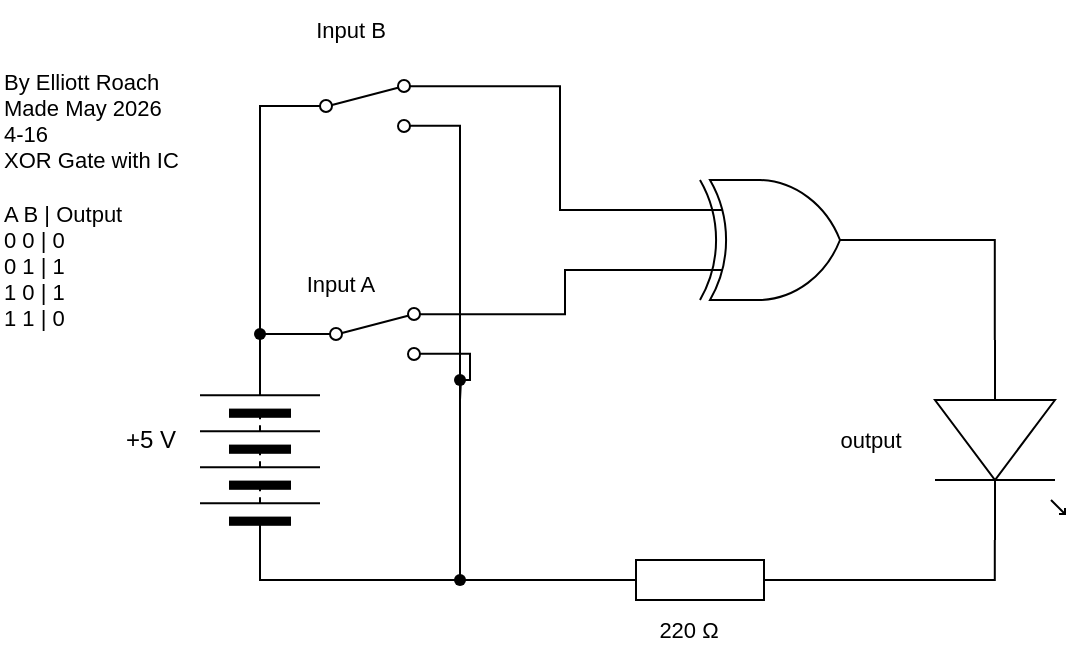
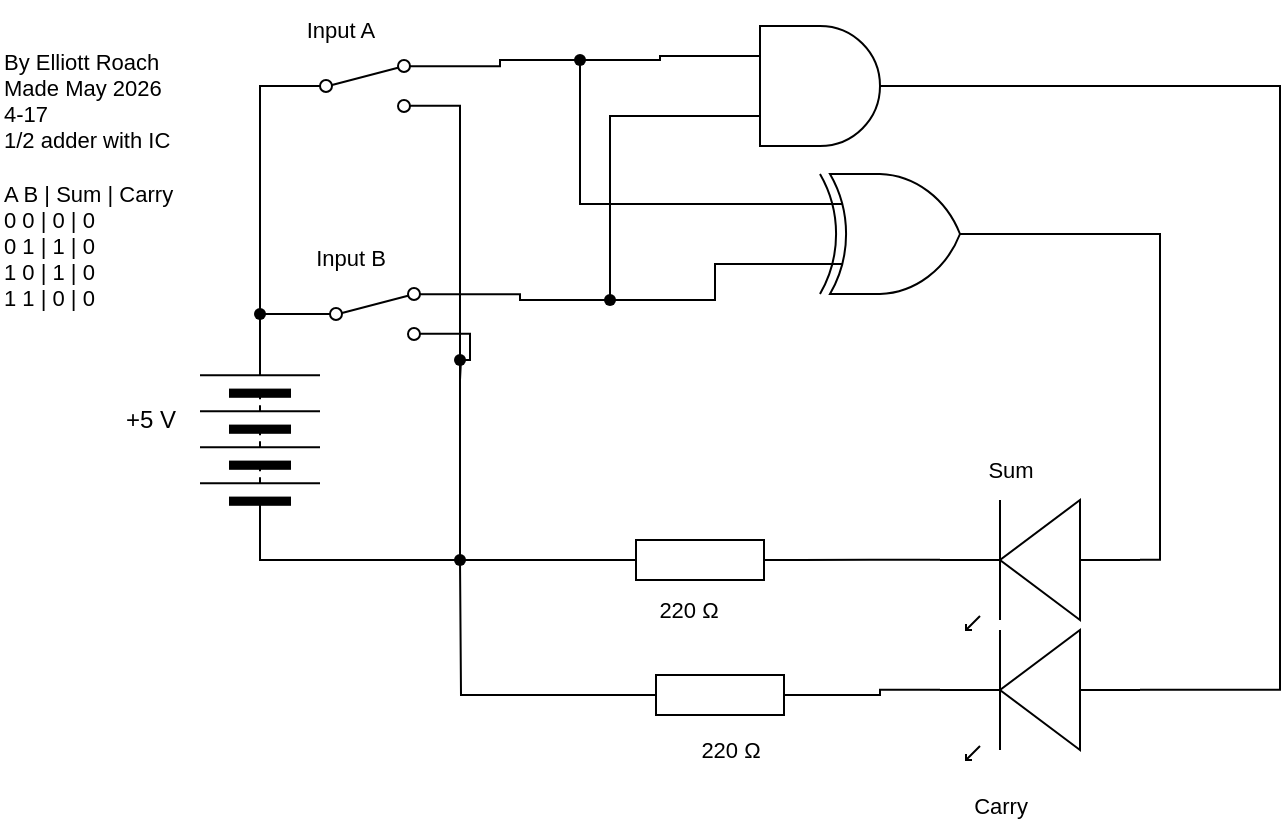
<mxfile host="65bd71144e">
    <diagram id="oby_NsngL4bM8tBB5w6z" name="Page-1">
        <mxGraphModel dx="484" dy="1462" grid="1" gridSize="10" guides="1" tooltips="1" connect="1" arrows="1" fold="1" page="1" pageScale="1" pageWidth="850" pageHeight="1100" math="0" shadow="0">
            <root>
                <mxCell id="0"/>
                <mxCell id="1" parent="0"/>
                <mxCell id="3" value="" style="pointerEvents=1;verticalLabelPosition=bottom;shadow=0;dashed=0;align=center;html=1;verticalAlign=top;shape=mxgraph.electrical.resistors.resistor_1;rotation=0;" parent="1" vertex="1">
                    <mxGeometry x="430" y="110" width="100" height="20" as="geometry"/>
                </mxCell>
-                 <mxCell id="4" value="" style="verticalLabelPosition=bottom;shadow=0;dashed=0;align=center;html=1;verticalAlign=top;shape=mxgraph.electrical.opto_electronics.led_1;pointerEvents=1;rotation=90;" parent="1" vertex="1">
-                     <mxGeometry x="580" y="17.5" width="100" height="65" as="geometry"/>
+                 <mxCell id="4" value="" style="verticalLabelPosition=bottom;shadow=0;dashed=0;align=center;html=1;verticalAlign=top;shape=mxgraph.electrical.opto_electronics.led_1;pointerEvents=1;rotation=-180;" parent="1" vertex="1">
+                     <mxGeometry x="600" y="90" width="100" height="65" as="geometry"/>
                </mxCell>
                <mxCell id="8" style="edgeStyle=orthogonalEdgeStyle;shape=connector;curved=0;rounded=0;html=1;exitDx=0;exitDy=0;exitPerimeter=0;entryX=0;entryY=0.5;entryDx=0;entryDy=0;strokeColor=#000000;align=center;verticalAlign=middle;fontFamily=Helvetica;fontSize=11;fontColor=default;labelBackgroundColor=default;endArrow=none;endFill=0;" parent="1" source="18" target="11" edge="1">
                    <mxGeometry relative="1" as="geometry">
                        <mxPoint x="342.9" y="48.809999999999945" as="targetPoint"/>
                    </mxGeometry>
                </mxCell>
                <mxCell id="9" value="220&amp;nbsp;Ω" style="text;html=1;align=center;verticalAlign=middle;resizable=0;points=[];autosize=1;strokeColor=none;fillColor=none;fontFamily=Helvetica;fontSize=11;fontColor=default;labelBackgroundColor=default;" parent="1" vertex="1">
                    <mxGeometry x="449" y="130" width="50" height="30" as="geometry"/>
                </mxCell>
-                 <mxCell id="10" value="By Elliott Roach&lt;div&gt;Made May 2026&amp;nbsp;&lt;/div&gt;&lt;div&gt;4-16&lt;/div&gt;&lt;div&gt;XOR Gate with IC&lt;/div&gt;&lt;div&gt;&lt;br&gt;&lt;/div&gt;&lt;div&gt;A B | Output&lt;/div&gt;&lt;div&gt;0 0 | 0&lt;/div&gt;&lt;div&gt;0 1 | 1&lt;/div&gt;&lt;div&gt;1 0 | 1&lt;/div&gt;&lt;div&gt;1 1 | 0&lt;/div&gt;" style="text;html=1;align=left;verticalAlign=middle;resizable=0;points=[];autosize=1;strokeColor=none;fillColor=none;fontFamily=Helvetica;fontSize=11;fontColor=default;labelBackgroundColor=default;" parent="1" vertex="1">
+                 <mxCell id="10" value="By Elliott Roach&lt;div&gt;Made May 2026&amp;nbsp;&lt;/div&gt;&lt;div&gt;4-17&lt;/div&gt;&lt;div&gt;1/2 adder with IC&lt;/div&gt;&lt;div&gt;&lt;br&gt;&lt;/div&gt;&lt;div&gt;A B | Sum | Carry&lt;/div&gt;&lt;div&gt;0 0 | 0 | 0&lt;/div&gt;&lt;div&gt;0 1 | 1 | 0&lt;/div&gt;&lt;div&gt;1 0 | 1 | 0&lt;/div&gt;&lt;div&gt;1 1 | 0 | 0&lt;/div&gt;" style="text;html=1;align=left;verticalAlign=middle;resizable=0;points=[];autosize=1;strokeColor=none;fillColor=none;fontFamily=Helvetica;fontSize=11;fontColor=default;labelBackgroundColor=default;" parent="1" vertex="1">
                    <mxGeometry x="130" y="-145" width="110" height="150" as="geometry"/>
                </mxCell>
                <mxCell id="67" style="edgeStyle=orthogonalEdgeStyle;shape=connector;curved=0;rounded=0;html=1;exitX=1;exitY=0.5;exitDx=0;exitDy=0;entryX=0;entryY=0.5;entryDx=0;entryDy=0;strokeColor=#000000;align=center;verticalAlign=middle;fontFamily=Helvetica;fontSize=11;fontColor=default;labelBackgroundColor=default;endArrow=none;endFill=0;" parent="1" source="11" target="13" edge="1">
                    <mxGeometry relative="1" as="geometry"/>
                </mxCell>
                <mxCell id="11" value="" style="pointerEvents=1;verticalLabelPosition=bottom;shadow=0;dashed=0;align=center;html=1;verticalAlign=top;shape=mxgraph.electrical.miscellaneous.batteryStack;fontFamily=Helvetica;fontSize=11;fontColor=default;labelBackgroundColor=default;rotation=-90;" parent="1" vertex="1">
                    <mxGeometry x="210" y="30" width="100" height="60" as="geometry"/>
                </mxCell>
                <mxCell id="12" value="+5 V" style="text;html=1;align=center;verticalAlign=middle;resizable=0;points=[];autosize=1;strokeColor=none;fillColor=none;" parent="1" vertex="1">
                    <mxGeometry x="180" y="35" width="50" height="30" as="geometry"/>
                </mxCell>
                <mxCell id="16" style="edgeStyle=orthogonalEdgeStyle;shape=connector;curved=0;rounded=0;html=1;exitX=1;exitY=0.88;exitDx=0;exitDy=0;strokeColor=#000000;align=center;verticalAlign=middle;fontFamily=Helvetica;fontSize=11;fontColor=default;labelBackgroundColor=default;endArrow=none;endFill=0;" parent="1" source="13" edge="1">
                    <mxGeometry relative="1" as="geometry">
                        <mxPoint x="360" y="120" as="targetPoint"/>
                        <Array as="points">
                            <mxPoint x="360" y="-107"/>
                        </Array>
                    </mxGeometry>
                </mxCell>
                <mxCell id="13" value="" style="html=1;shape=mxgraph.electrical.electro-mechanical.twoWaySwitch;aspect=fixed;elSwitchState=2;fontFamily=Helvetica;fontSize=11;fontColor=default;labelBackgroundColor=default;" parent="1" vertex="1">
                    <mxGeometry x="275" y="-130" width="75" height="26" as="geometry"/>
                </mxCell>
                <mxCell id="18" value="" style="shape=waypoint;sketch=0;size=6;pointerEvents=1;points=[];fillColor=none;resizable=0;rotatable=0;perimeter=centerPerimeter;snapToPoint=1;fontFamily=Helvetica;fontSize=11;fontColor=default;labelBackgroundColor=default;" parent="1" vertex="1">
                    <mxGeometry x="350" y="110" width="20" height="20" as="geometry"/>
                </mxCell>
                <mxCell id="20" value="Input A" style="text;html=1;align=center;verticalAlign=middle;resizable=0;points=[];autosize=1;strokeColor=none;fillColor=none;fontFamily=Helvetica;fontSize=11;fontColor=default;labelBackgroundColor=default;" parent="1" vertex="1">
-                     <mxGeometry x="270" y="-43" width="60" height="30" as="geometry"/>
+                     <mxGeometry x="270" y="-160" width="60" height="30" as="geometry"/>
                </mxCell>
                <mxCell id="23" style="edgeStyle=orthogonalEdgeStyle;shape=connector;curved=0;rounded=0;html=1;exitX=1;exitY=0.54;exitDx=0;exitDy=0;exitPerimeter=0;entryX=1;entryY=0.5;entryDx=0;entryDy=0;entryPerimeter=0;strokeColor=#000000;align=center;verticalAlign=middle;fontFamily=Helvetica;fontSize=11;fontColor=default;labelBackgroundColor=default;endArrow=none;endFill=0;" parent="1" source="4" target="3" edge="1">
                    <mxGeometry relative="1" as="geometry"/>
                </mxCell>
                <mxCell id="24" style="edgeStyle=orthogonalEdgeStyle;shape=connector;curved=0;rounded=0;html=1;exitX=0;exitY=0.5;exitDx=0;exitDy=0;exitPerimeter=0;entryX=0.549;entryY=0.654;entryDx=0;entryDy=0;entryPerimeter=0;strokeColor=#000000;align=center;verticalAlign=middle;fontFamily=Helvetica;fontSize=11;fontColor=default;labelBackgroundColor=default;endArrow=none;endFill=0;" parent="1" source="3" target="18" edge="1">
                    <mxGeometry relative="1" as="geometry">
                        <Array as="points">
                            <mxPoint x="380" y="120"/>
                            <mxPoint x="380" y="120"/>
                        </Array>
                    </mxGeometry>
                </mxCell>
-                 <mxCell id="34" value="output" style="text;html=1;align=center;verticalAlign=middle;resizable=0;points=[];autosize=1;strokeColor=none;fillColor=none;fontFamily=Helvetica;fontSize=11;fontColor=default;labelBackgroundColor=default;" parent="1" vertex="1">
-                     <mxGeometry x="540" y="35" width="50" height="30" as="geometry"/>
+                 <mxCell id="34" value="Sum" style="text;html=1;align=center;verticalAlign=middle;resizable=0;points=[];autosize=1;strokeColor=none;fillColor=none;fontFamily=Helvetica;fontSize=11;fontColor=default;labelBackgroundColor=default;" parent="1" vertex="1">
+                     <mxGeometry x="610" y="60" width="50" height="30" as="geometry"/>
                </mxCell>
                <mxCell id="68" style="edgeStyle=orthogonalEdgeStyle;shape=connector;curved=0;rounded=0;html=1;exitDx=0;exitDy=0;entryX=1;entryY=0.5;entryDx=0;entryDy=0;strokeColor=#000000;align=center;verticalAlign=middle;fontFamily=Helvetica;fontSize=11;fontColor=default;labelBackgroundColor=default;endArrow=none;endFill=0;" parent="1" source="69" target="11" edge="1">
                    <mxGeometry relative="1" as="geometry"/>
                </mxCell>
                <mxCell id="65" value="" style="html=1;shape=mxgraph.electrical.electro-mechanical.twoWaySwitch;aspect=fixed;elSwitchState=2;fontFamily=Helvetica;fontSize=11;fontColor=default;labelBackgroundColor=default;" parent="1" vertex="1">
                    <mxGeometry x="280" y="-16" width="75" height="26" as="geometry"/>
                </mxCell>
                <mxCell id="70" value="" style="edgeStyle=orthogonalEdgeStyle;shape=connector;curved=0;rounded=0;html=1;exitX=0;exitY=0.5;exitDx=0;exitDy=0;entryDx=0;entryDy=0;strokeColor=#000000;align=center;verticalAlign=middle;fontFamily=Helvetica;fontSize=11;fontColor=default;labelBackgroundColor=default;endArrow=none;endFill=0;" parent="1" source="65" target="69" edge="1">
                    <mxGeometry relative="1" as="geometry">
                        <mxPoint x="280" y="-3" as="sourcePoint"/>
                        <mxPoint x="260" y="10" as="targetPoint"/>
                    </mxGeometry>
                </mxCell>
                <mxCell id="69" value="" style="shape=waypoint;sketch=0;size=6;pointerEvents=1;points=[];fillColor=none;resizable=0;rotatable=0;perimeter=centerPerimeter;snapToPoint=1;fontFamily=Helvetica;fontSize=11;fontColor=default;labelBackgroundColor=default;" parent="1" vertex="1">
                    <mxGeometry x="250" y="-13" width="20" height="20" as="geometry"/>
                </mxCell>
                <mxCell id="73" value="" style="shape=waypoint;sketch=0;size=6;pointerEvents=1;points=[];fillColor=none;resizable=0;rotatable=0;perimeter=centerPerimeter;snapToPoint=1;fontFamily=Helvetica;fontSize=11;fontColor=default;labelBackgroundColor=default;" parent="1" vertex="1">
                    <mxGeometry x="350" y="10" width="20" height="20" as="geometry"/>
                </mxCell>
                <mxCell id="75" style="edgeStyle=orthogonalEdgeStyle;shape=connector;curved=0;rounded=0;html=1;exitX=1;exitY=0.88;exitDx=0;exitDy=0;strokeColor=#000000;align=center;verticalAlign=middle;fontFamily=Helvetica;fontSize=11;fontColor=default;labelBackgroundColor=default;endArrow=none;endFill=0;" parent="1" source="65" edge="1">
                    <mxGeometry relative="1" as="geometry">
                        <mxPoint x="360" y="30" as="targetPoint"/>
                    </mxGeometry>
                </mxCell>
-                 <mxCell id="78" style="edgeStyle=orthogonalEdgeStyle;shape=connector;curved=0;rounded=0;html=1;exitX=0;exitY=0.25;exitDx=0;exitDy=0;exitPerimeter=0;entryX=1;entryY=0.12;entryDx=0;entryDy=0;strokeColor=#000000;align=center;verticalAlign=middle;fontFamily=Helvetica;fontSize=11;fontColor=default;labelBackgroundColor=default;endArrow=none;endFill=0;" parent="1" source="103" target="13" edge="1">
+                 <mxCell id="78" style="edgeStyle=orthogonalEdgeStyle;shape=connector;curved=0;rounded=0;html=1;exitDx=0;exitDy=0;exitPerimeter=0;entryX=1;entryY=0.12;entryDx=0;entryDy=0;strokeColor=#000000;align=center;verticalAlign=middle;fontFamily=Helvetica;fontSize=11;fontColor=default;labelBackgroundColor=default;endArrow=none;endFill=0;" parent="1" source="117" target="13" edge="1">
                    <mxGeometry relative="1" as="geometry">
-                         <mxPoint x="449" y="-134" as="sourcePoint"/>
+                         <mxPoint x="470" y="-65" as="sourcePoint"/>
                    </mxGeometry>
                </mxCell>
-                 <mxCell id="79" style="edgeStyle=orthogonalEdgeStyle;shape=connector;curved=0;rounded=0;html=1;exitX=1;exitY=0.12;exitDx=0;exitDy=0;entryX=0;entryY=0.75;entryDx=0;entryDy=0;entryPerimeter=0;strokeColor=#000000;align=center;verticalAlign=middle;fontFamily=Helvetica;fontSize=11;fontColor=default;labelBackgroundColor=default;endArrow=none;endFill=0;" parent="1" source="65" target="103" edge="1">
+                 <mxCell id="79" style="edgeStyle=orthogonalEdgeStyle;shape=connector;curved=0;rounded=0;html=1;exitDx=0;exitDy=0;entryX=0;entryY=0.75;entryDx=0;entryDy=0;entryPerimeter=0;strokeColor=#000000;align=center;verticalAlign=middle;fontFamily=Helvetica;fontSize=11;fontColor=default;labelBackgroundColor=default;endArrow=none;endFill=0;" parent="1" source="114" target="109" edge="1">
                    <mxGeometry relative="1" as="geometry">
-                         <mxPoint x="399" y="-13" as="targetPoint"/>
+                         <mxPoint x="470" y="-35" as="targetPoint"/>
+                         <Array as="points">
+                             <mxPoint x="435" y="-102"/>
+                         </Array>
                    </mxGeometry>
                </mxCell>
                <mxCell id="80" value="Input B" style="text;html=1;align=center;verticalAlign=middle;resizable=0;points=[];autosize=1;strokeColor=none;fillColor=none;fontFamily=Helvetica;fontSize=11;fontColor=default;labelBackgroundColor=default;" parent="1" vertex="1">
-                     <mxGeometry x="270" y="-170" width="70" height="30" as="geometry"/>
+                     <mxGeometry x="270" y="-46" width="70" height="30" as="geometry"/>
                </mxCell>
-                 <mxCell id="100" style="edgeStyle=orthogonalEdgeStyle;shape=connector;curved=0;rounded=0;html=1;exitX=1;exitY=0.5;exitDx=0;exitDy=0;exitPerimeter=0;entryX=0;entryY=0.54;entryDx=0;entryDy=0;entryPerimeter=0;strokeColor=#000000;align=center;verticalAlign=middle;fontFamily=Helvetica;fontSize=11;fontColor=default;labelBackgroundColor=default;endArrow=none;endFill=0;" parent="1" source="103" target="4" edge="1">
+                 <mxCell id="100" style="edgeStyle=orthogonalEdgeStyle;shape=connector;curved=0;rounded=0;html=1;exitX=1;exitY=0.5;exitDx=0;exitDy=0;exitPerimeter=0;entryX=0;entryY=0.54;entryDx=0;entryDy=0;entryPerimeter=0;strokeColor=#000000;align=center;verticalAlign=middle;fontFamily=Helvetica;fontSize=11;fontColor=default;labelBackgroundColor=default;endArrow=none;endFill=0;" parent="1" source="112" target="4" edge="1">
                    <mxGeometry relative="1" as="geometry">
-                         <mxPoint x="790" y="-88" as="sourcePoint"/>
+                         <mxPoint x="570" y="-50" as="sourcePoint"/>
                    </mxGeometry>
                </mxCell>
-                 <mxCell id="103" value="" style="verticalLabelPosition=bottom;shadow=0;dashed=0;align=center;html=1;verticalAlign=top;shape=mxgraph.electrical.logic_gates.logic_gate;operation=xor;fontFamily=Helvetica;fontSize=11;fontColor=default;labelBackgroundColor=default;" vertex="1" parent="1">
-                     <mxGeometry x="470" y="-80" width="100" height="60" as="geometry"/>
+                 <mxCell id="104" value="" style="verticalLabelPosition=bottom;shadow=0;dashed=0;align=center;html=1;verticalAlign=top;shape=mxgraph.electrical.opto_electronics.led_1;pointerEvents=1;rotation=-180;" vertex="1" parent="1">
+                     <mxGeometry x="600" y="155" width="100" height="65" as="geometry"/>
+                 </mxCell>
+                 <mxCell id="108" style="edgeStyle=orthogonalEdgeStyle;shape=connector;curved=0;rounded=0;html=1;exitX=0;exitY=0.5;exitDx=0;exitDy=0;exitPerimeter=0;strokeColor=#000000;align=center;verticalAlign=middle;fontFamily=Helvetica;fontSize=11;fontColor=default;labelBackgroundColor=default;endArrow=none;endFill=0;" edge="1" parent="1" source="105">
+                     <mxGeometry relative="1" as="geometry">
+                         <mxPoint x="360" y="120" as="targetPoint"/>
+                     </mxGeometry>
+                 </mxCell>
+                 <mxCell id="105" value="" style="pointerEvents=1;verticalLabelPosition=bottom;shadow=0;dashed=0;align=center;html=1;verticalAlign=top;shape=mxgraph.electrical.resistors.resistor_1;rotation=0;" vertex="1" parent="1">
+                     <mxGeometry x="440" y="177.5" width="100" height="20" as="geometry"/>
+                 </mxCell>
+                 <mxCell id="106" value="220&amp;nbsp;Ω" style="text;html=1;align=center;verticalAlign=middle;resizable=0;points=[];autosize=1;strokeColor=none;fillColor=none;fontFamily=Helvetica;fontSize=11;fontColor=default;labelBackgroundColor=default;" vertex="1" parent="1">
+                     <mxGeometry x="470" y="200" width="50" height="30" as="geometry"/>
+                 </mxCell>
+                 <mxCell id="107" style="edgeStyle=orthogonalEdgeStyle;shape=connector;curved=0;rounded=0;html=1;exitX=1;exitY=0.54;exitDx=0;exitDy=0;exitPerimeter=0;entryX=1;entryY=0.5;entryDx=0;entryDy=0;entryPerimeter=0;strokeColor=#000000;align=center;verticalAlign=middle;fontFamily=Helvetica;fontSize=11;fontColor=default;labelBackgroundColor=default;endArrow=none;endFill=0;" edge="1" parent="1" source="104" target="105">
+                     <mxGeometry relative="1" as="geometry"/>
+                 </mxCell>
+                 <mxCell id="110" style="edgeStyle=orthogonalEdgeStyle;shape=connector;curved=0;rounded=0;html=1;exitX=1;exitY=0.5;exitDx=0;exitDy=0;exitPerimeter=0;strokeColor=#000000;align=center;verticalAlign=middle;fontFamily=Helvetica;fontSize=11;fontColor=default;labelBackgroundColor=default;endArrow=none;endFill=0;entryX=0;entryY=0.54;entryDx=0;entryDy=0;entryPerimeter=0;" edge="1" parent="1" source="109" target="104">
+                     <mxGeometry relative="1" as="geometry">
+                         <mxPoint x="800" y="20" as="targetPoint"/>
+                         <Array as="points">
+                             <mxPoint x="770" y="-117"/>
+                             <mxPoint x="770" y="185"/>
+                         </Array>
+                     </mxGeometry>
+                 </mxCell>
+                 <mxCell id="109" value="" style="verticalLabelPosition=bottom;shadow=0;dashed=0;align=center;html=1;verticalAlign=top;shape=mxgraph.electrical.logic_gates.logic_gate;operation=and;fontFamily=Helvetica;fontSize=11;fontColor=default;labelBackgroundColor=default;" vertex="1" parent="1">
+                     <mxGeometry x="490" y="-147" width="100" height="60" as="geometry"/>
+                 </mxCell>
+                 <mxCell id="111" value="Carry" style="text;html=1;align=center;verticalAlign=middle;resizable=0;points=[];autosize=1;strokeColor=none;fillColor=none;fontFamily=Helvetica;fontSize=11;fontColor=default;labelBackgroundColor=default;" vertex="1" parent="1">
+                     <mxGeometry x="605" y="228" width="50" height="30" as="geometry"/>
+                 </mxCell>
+                 <mxCell id="116" style="edgeStyle=orthogonalEdgeStyle;shape=connector;curved=0;rounded=0;html=1;exitX=0;exitY=0.75;exitDx=0;exitDy=0;exitPerimeter=0;strokeColor=#000000;align=center;verticalAlign=middle;fontFamily=Helvetica;fontSize=11;fontColor=default;labelBackgroundColor=default;endArrow=none;endFill=0;" edge="1" parent="1" source="112" target="114">
+                     <mxGeometry relative="1" as="geometry"/>
+                 </mxCell>
+                 <mxCell id="112" value="" style="verticalLabelPosition=bottom;shadow=0;dashed=0;align=center;html=1;verticalAlign=top;shape=mxgraph.electrical.logic_gates.logic_gate;operation=xor;fontFamily=Helvetica;fontSize=11;fontColor=default;labelBackgroundColor=default;" vertex="1" parent="1">
+                     <mxGeometry x="530" y="-73" width="100" height="60" as="geometry"/>
+                 </mxCell>
+                 <mxCell id="115" value="" style="edgeStyle=orthogonalEdgeStyle;shape=connector;curved=0;rounded=0;html=1;exitX=1;exitY=0.12;exitDx=0;exitDy=0;entryDx=0;entryDy=0;entryPerimeter=0;strokeColor=#000000;align=center;verticalAlign=middle;fontFamily=Helvetica;fontSize=11;fontColor=default;labelBackgroundColor=default;endArrow=none;endFill=0;" edge="1" parent="1" source="65" target="114">
+                     <mxGeometry relative="1" as="geometry">
+                         <mxPoint x="490" y="-102" as="targetPoint"/>
+                         <mxPoint x="355" y="-13" as="sourcePoint"/>
+                     </mxGeometry>
+                 </mxCell>
+                 <mxCell id="114" value="" style="shape=waypoint;sketch=0;size=6;pointerEvents=1;points=[];fillColor=none;resizable=0;rotatable=0;perimeter=centerPerimeter;snapToPoint=1;fontFamily=Helvetica;fontSize=11;fontColor=default;labelBackgroundColor=default;" vertex="1" parent="1">
+                     <mxGeometry x="425" y="-20" width="20" height="20" as="geometry"/>
+                 </mxCell>
+                 <mxCell id="118" value="" style="edgeStyle=orthogonalEdgeStyle;shape=connector;curved=0;rounded=0;html=1;exitX=0;exitY=0.25;exitDx=0;exitDy=0;exitPerimeter=0;entryDx=0;entryDy=0;strokeColor=#000000;align=center;verticalAlign=middle;fontFamily=Helvetica;fontSize=11;fontColor=default;labelBackgroundColor=default;endArrow=none;endFill=0;" edge="1" parent="1" source="109" target="117">
+                     <mxGeometry relative="1" as="geometry">
+                         <mxPoint x="490" y="-132" as="sourcePoint"/>
+                         <mxPoint x="350" y="-127" as="targetPoint"/>
+                     </mxGeometry>
+                 </mxCell>
+                 <mxCell id="117" value="" style="shape=waypoint;sketch=0;size=6;pointerEvents=1;points=[];fillColor=none;resizable=0;rotatable=0;perimeter=centerPerimeter;snapToPoint=1;fontFamily=Helvetica;fontSize=11;fontColor=default;labelBackgroundColor=default;" vertex="1" parent="1">
+                     <mxGeometry x="410" y="-140" width="20" height="20" as="geometry"/>
+                 </mxCell>
+                 <mxCell id="119" style="edgeStyle=orthogonalEdgeStyle;shape=connector;curved=0;rounded=0;html=1;exitX=0;exitY=0.25;exitDx=0;exitDy=0;exitPerimeter=0;entryX=0.6;entryY=0.85;entryDx=0;entryDy=0;entryPerimeter=0;strokeColor=#000000;align=center;verticalAlign=middle;fontFamily=Helvetica;fontSize=11;fontColor=default;labelBackgroundColor=default;endArrow=none;endFill=0;" edge="1" parent="1" source="112" target="117">
+                     <mxGeometry relative="1" as="geometry"/>
                </mxCell>
            </root>
        </mxGraphModel>
    </diagram>
</mxfile>